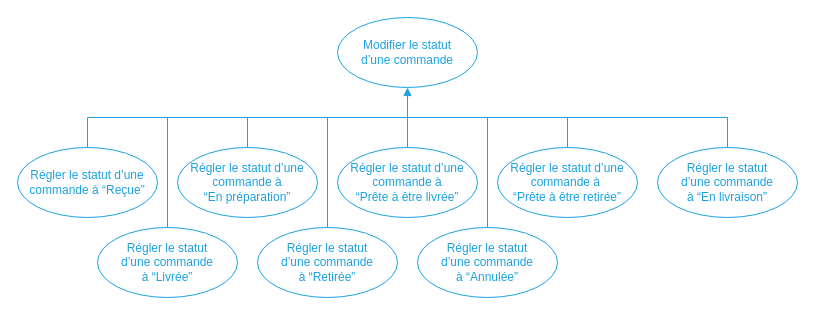
The draw.io diagram img/figure_implicit-actions-order-status.dio in centvingt/OCPizzaRedaction, before the edit. Source tidied: cells renumbered, new cells numbered last; positions are measured from the earlier drawing's top-left corner, leaving out a move shared by most shapes. Both pictures are drawn from the tidied source at 100%, with x=0, y=0 at pixel (17, 17).
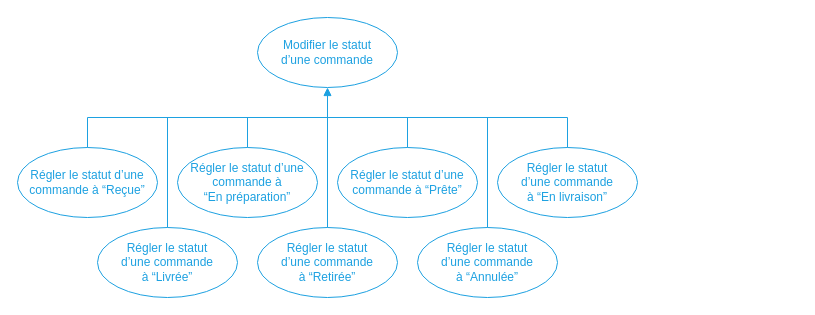
The same diagram, later.

The change refers to these unchanged cells:
```xml
<mxCell id="4" value="&lt;font color=&quot;#1da1e1&quot;&gt;Régler le statut d’une commande à “Reçue”&lt;/font&gt;" style="ellipse;whiteSpace=wrap;html=1;fillColor=none;strokeColor=#1DA1E1;" parent="1" vertex="1">
  <mxGeometry y="130" width="140" height="70" as="geometry" />
</mxCell>
<mxCell id="13" value="&lt;font color=&quot;#1da1e1&quot;&gt;Régler le statut &lt;br&gt;d’une commande &lt;br&gt;à “Retirée”&lt;/font&gt;" style="ellipse;whiteSpace=wrap;html=1;fillColor=none;strokeColor=#1DA1E1;" parent="1" vertex="1">
  <mxGeometry x="240" y="210" width="140" height="70" as="geometry" />
</mxCell>
```

What changed in the source:
```diff
@@
     <mxCell id="2" value="&lt;font color=&quot;#1da1e1&quot;&gt;Modifier le statut &lt;br&gt;d’une commande&lt;/font&gt;" style="ellipse;whiteSpace=wrap;html=1;fillColor=none;strokeColor=#1DA1E1;" parent="1" vertex="1">
-      <mxGeometry x="320" width="140" height="70" as="geometry" />
+      <mxGeometry x="240" width="140" height="70" as="geometry" />
     </mxCell>
     <mxCell id="3" style="edgeStyle=orthogonalEdgeStyle;rounded=0;jettySize=auto;html=1;exitX=0.5;exitY=0;exitDx=0;exitDy=0;entryX=0.5;entryY=0;entryDx=0;entryDy=0;strokeColor=#1DA1E1;endArrow=none;endFill=0;" parent="1" edge="1" source="4" target="11">
       <mxGeometry relative="1" as="geometry">
         <Array as="points">
           <mxPoint x="70" y="100" />
-          <mxPoint x="710" y="100" />
+          <mxPoint x="550" y="100" />
         </Array>
       </mxGeometry>
     </mxCell>
@@
-    <mxCell id="7" style="edgeStyle=orthogonalEdgeStyle;rounded=0;jettySize=auto;html=1;exitX=0.5;exitY=0;exitDx=0;exitDy=0;endArrow=none;endFill=0;strokeColor=#1DA1E1;" parent="1" edge="1" source="9">
-      <mxGeometry relative="1" as="geometry">
-        <mxPoint x="550" y="100" as="targetPoint" />
-      </mxGeometry>
-    </mxCell>
-    <mxCell id="8" value="&lt;font color=&quot;#1da1e1&quot;&gt;Régler le statut d’une commande à &lt;br&gt;“Prête à être livrée”&lt;/font&gt;" style="ellipse;whiteSpace=wrap;html=1;fillColor=none;strokeColor=#1DA1E1;" parent="1" vertex="1">
+    <mxCell id="8" value="&lt;font color=&quot;#1da1e1&quot;&gt;Régler le statut d’une commande à “Prête”&lt;/font&gt;" style="ellipse;whiteSpace=wrap;html=1;fillColor=none;strokeColor=#1DA1E1;" parent="1" vertex="1">
       <mxGeometry x="320" y="130" width="140" height="70" as="geometry" />
     </mxCell>
-    <mxCell id="9" value="&lt;span style=&quot;color: rgb(29 , 161 , 225)&quot;&gt;Régler le statut d’une commande&amp;nbsp;&lt;/span&gt;&lt;span style=&quot;color: rgb(29 , 161 , 225)&quot;&gt;à&amp;nbsp;&lt;/span&gt;&lt;br style=&quot;color: rgb(29 , 161 , 225)&quot;&gt;&lt;span style=&quot;color: rgb(29 , 161 , 225)&quot;&gt;“Prête à être retirée”&lt;/span&gt;" style="ellipse;whiteSpace=wrap;html=1;fillColor=none;strokeColor=#1DA1E1;" parent="1" vertex="1">
-      <mxGeometry x="480" y="130" width="140" height="70" as="geometry" />
-    </mxCell>
-    <mxCell id="10" style="rounded=0;jettySize=auto;html=1;endArrow=block;endFill=1;strokeColor=#1DA1E1;exitX=0.5;exitY=0;exitDx=0;exitDy=0;" parent="1" edge="1" source="8">
-      <mxGeometry relative="1" as="geometry">
-        <mxPoint x="390" y="70" as="targetPoint" />
-      </mxGeometry>
-    </mxCell>
     <mxCell id="11" value="&lt;font color=&quot;#1da1e1&quot;&gt;Régler le statut &lt;br&gt;d’une commande &lt;br&gt;à “En livraison”&lt;/font&gt;" style="ellipse;whiteSpace=wrap;html=1;fillColor=none;strokeColor=#1DA1E1;" parent="1" vertex="1">
-      <mxGeometry x="640" y="130" width="140" height="70" as="geometry" />
+      <mxGeometry x="480" y="130" width="140" height="70" as="geometry" />
     </mxCell>
@@
-    <mxCell id="16" style="rounded=0;jettySize=auto;html=1;exitX=0.5;exitY=0;exitDx=0;exitDy=0;endArrow=none;endFill=0;strokeColor=#1DA1E1;" parent="1" edge="1" source="13">
-      <mxGeometry relative="1" as="geometry">
-        <mxPoint x="310" y="100" as="targetPoint" />
-      </mxGeometry>
-    </mxCell>
@@
+    <mxCell id="18" style="rounded=0;jettySize=auto;html=1;endArrow=block;endFill=1;strokeColor=#1DA1E1;exitX=0.5;exitY=0;exitDx=0;exitDy=0;" parent="1" edge="1" source="13">
+      <mxGeometry relative="1" as="geometry">
+        <mxPoint x="310" y="70" as="targetPoint" />
+      </mxGeometry>
+    </mxCell>
+    <mxCell id="19" style="edgeStyle=orthogonalEdgeStyle;rounded=0;jettySize=auto;html=1;exitX=0.5;exitY=0;exitDx=0;exitDy=0;endArrow=none;endFill=0;strokeColor=#1DA1E1;" parent="1" edge="1" source="8">
+      <mxGeometry relative="1" as="geometry">
+        <mxPoint x="390" y="100" as="targetPoint" />
+      </mxGeometry>
+    </mxCell>
```
